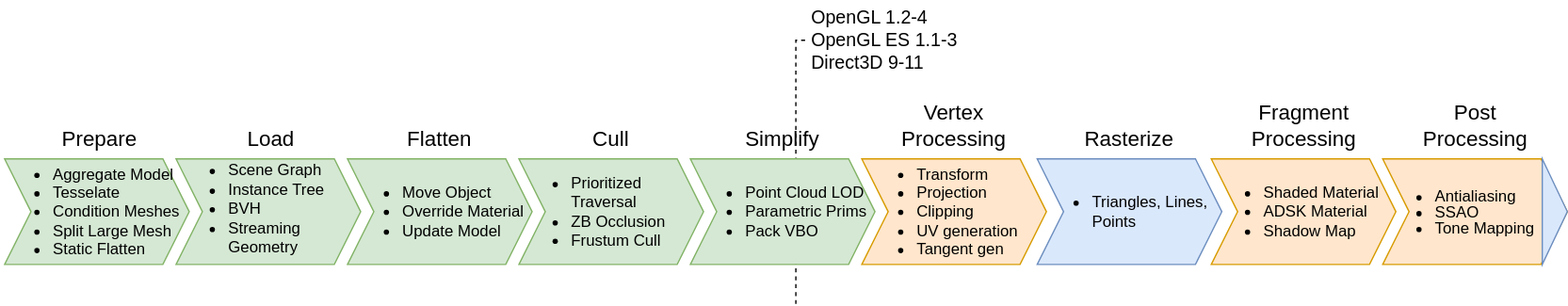
Before: assets/images/navisworks-graphics-pipeline.svg, a diagram exported from draw.io (TheCandidStartup/TheCandidStartup.github.io). Source tidied: cells renumbered, new cells last; positions are measured from the earlier drawing's top-left corner, leaving out a move shared by most shapes.
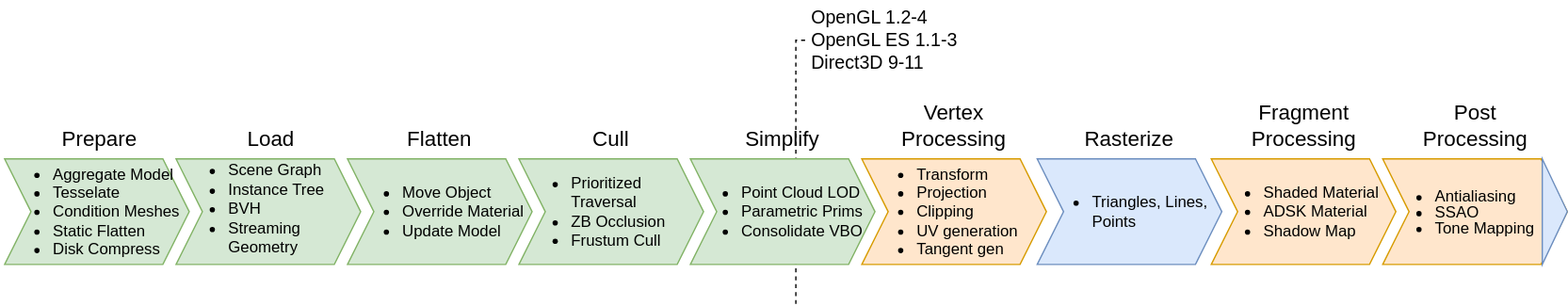
After the change.

What changed in the source:
```diff
@@ -2,7 +2,7 @@
   <root>
     <mxCell id="0" />
     <mxCell id="1" parent="0" />
-    <mxCell id="2" value="&lt;ul&gt;&lt;li&gt;&lt;font style=&quot;font-size: 12px;&quot;&gt;Aggregate Model&lt;/font&gt;&lt;/li&gt;&lt;li&gt;&lt;font style=&quot;font-size: 12px;&quot;&gt;Tesselate&lt;/font&gt;&lt;/li&gt;&lt;li&gt;&lt;font style=&quot;font-size: 12px;&quot;&gt;Condition Meshes&lt;/font&gt;&lt;/li&gt;&lt;li&gt;&lt;font style=&quot;font-size: 12px;&quot;&gt;Split Large Mesh&lt;/font&gt;&lt;/li&gt;&lt;li&gt;&lt;font style=&quot;font-size: 12px;&quot;&gt;Static Flatten&lt;/font&gt;&lt;/li&gt;&lt;/ul&gt;" style="shape=step;perimeter=stepPerimeter;whiteSpace=wrap;html=1;fixedSize=1;fillColor=#d5e8d4;strokeColor=#82b366;align=left;spacing=-3;" parent="1" vertex="1">
+    <mxCell id="2" value="&lt;ul&gt;&lt;li&gt;&lt;font style=&quot;font-size: 12px;&quot;&gt;Aggregate Model&lt;/font&gt;&lt;/li&gt;&lt;li&gt;&lt;font style=&quot;font-size: 12px;&quot;&gt;Tesselate&lt;/font&gt;&lt;/li&gt;&lt;li&gt;&lt;font style=&quot;font-size: 12px;&quot;&gt;Condition Meshes&lt;/font&gt;&lt;/li&gt;&lt;li&gt;&lt;font style=&quot;font-size: 12px;&quot;&gt;Static Flatten&lt;/font&gt;&lt;/li&gt;&lt;li&gt;&lt;font style=&quot;font-size: 12px;&quot;&gt;Disk Compress&lt;/font&gt;&lt;/li&gt;&lt;/ul&gt;" style="shape=step;perimeter=stepPerimeter;whiteSpace=wrap;html=1;fixedSize=1;fillColor=#d5e8d4;strokeColor=#82b366;align=left;spacing=-3;" parent="1" vertex="1">
       <mxGeometry y="120" width="140" height="80" as="geometry" />
     </mxCell>
     <mxCell id="3" value="&lt;ul&gt;&lt;li&gt;&lt;font style=&quot;font-size: 12px;&quot;&gt;Scene Graph&lt;/font&gt;&lt;/li&gt;&lt;li&gt;&lt;font style=&quot;font-size: 12px;&quot;&gt;Instance Tree&lt;/font&gt;&lt;/li&gt;&lt;li&gt;&lt;font style=&quot;font-size: 12px;&quot;&gt;BVH&lt;/font&gt;&lt;/li&gt;&lt;li&gt;&lt;font style=&quot;font-size: 12px;&quot;&gt;Streaming Geometry&lt;/font&gt;&lt;/li&gt;&lt;/ul&gt;&lt;div&gt;&lt;br&gt;&lt;/div&gt;" style="shape=step;perimeter=stepPerimeter;whiteSpace=wrap;html=1;fixedSize=1;fillColor=#d5e8d4;strokeColor=#82b366;align=left;spacing=0;spacingTop=10;" parent="1" vertex="1">
@@ -31,7 +31,7 @@
     <mxCell id="9" value="&lt;ul style=&quot;line-height: 100%;&quot;&gt;&lt;li&gt;Antialiasing&lt;/li&gt;&lt;li&gt;SSAO&lt;/li&gt;&lt;li&gt;Tone Mapping&lt;/li&gt;&lt;/ul&gt;" style="shape=step;perimeter=stepPerimeter;whiteSpace=wrap;html=1;fixedSize=1;fillColor=#ffe6cc;strokeColor=#d79b00;align=left;spacing=0;spacingLeft=0;spacingRight=20;" parent="1" vertex="1">
       <mxGeometry x="1045" y="120" width="140" height="80" as="geometry" />
     </mxCell>
-    <mxCell id="10" value="&lt;ul&gt;&lt;li&gt;&lt;font style=&quot;font-size: 12px;&quot;&gt;Point Cloud LOD&lt;/font&gt;&lt;/li&gt;&lt;li&gt;&lt;font style=&quot;font-size: 12px;&quot;&gt;Parametric Prims&lt;/font&gt;&lt;/li&gt;&lt;li&gt;&lt;font style=&quot;font-size: 12px;&quot;&gt;Pack VBO&lt;/font&gt;&lt;/li&gt;&lt;/ul&gt;" style="shape=step;perimeter=stepPerimeter;whiteSpace=wrap;html=1;fixedSize=1;fillColor=#d5e8d4;strokeColor=#82b366;align=left;" parent="1" vertex="1">
+    <mxCell id="10" value="&lt;ul&gt;&lt;li&gt;&lt;font style=&quot;font-size: 12px;&quot;&gt;Point Cloud LOD&lt;/font&gt;&lt;/li&gt;&lt;li&gt;&lt;font style=&quot;font-size: 12px;&quot;&gt;Parametric Prims&lt;/font&gt;&lt;/li&gt;&lt;li&gt;Consolidate VBO&lt;/li&gt;&lt;/ul&gt;" style="shape=step;perimeter=stepPerimeter;whiteSpace=wrap;html=1;fixedSize=1;fillColor=#d5e8d4;strokeColor=#82b366;align=left;spacing=0;spacingLeft=-1;" parent="1" vertex="1">
       <mxGeometry x="520" y="120" width="140" height="80" as="geometry" />
     </mxCell>
     <mxCell id="11" value="&lt;font style=&quot;font-size: 16px;&quot;&gt;&amp;nbsp;&lt;font style=&quot;font-size: 16px;&quot;&gt;Prepare&lt;/font&gt;&lt;/font&gt;" style="text;html=1;strokeColor=none;fillColor=none;align=center;verticalAlign=middle;whiteSpace=wrap;rounded=0;" parent="1" vertex="1">
```
